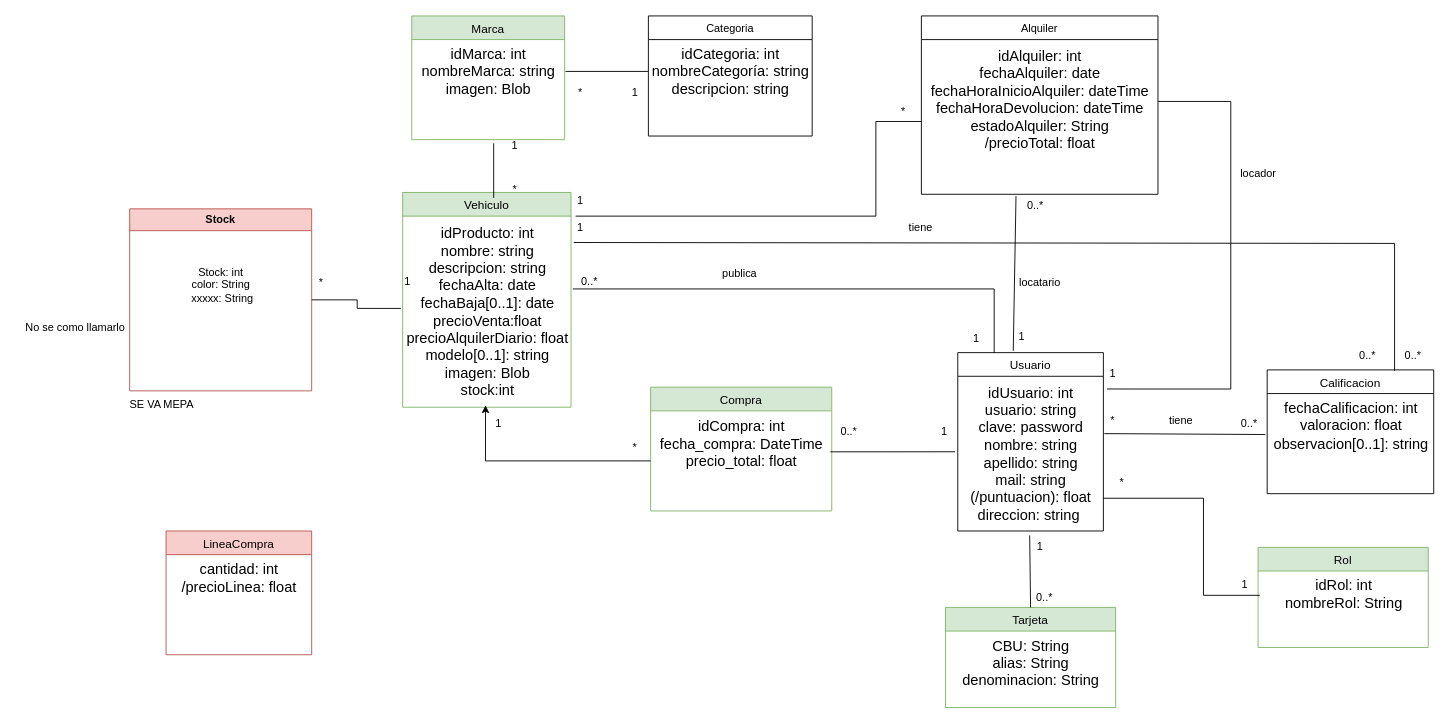
Above: _docs/diagramaClasesGit.drawio in BorsatoMilton/CarGarage (draw.io), before the change. Source tidied: cells renumbered, new cells numbered last; positions are measured from the earlier drawing's top-left corner, leaving out a move shared by most shapes. Both pictures are drawn from the tidied source at 91%, with x=0, y=0 at pixel (15, 15).
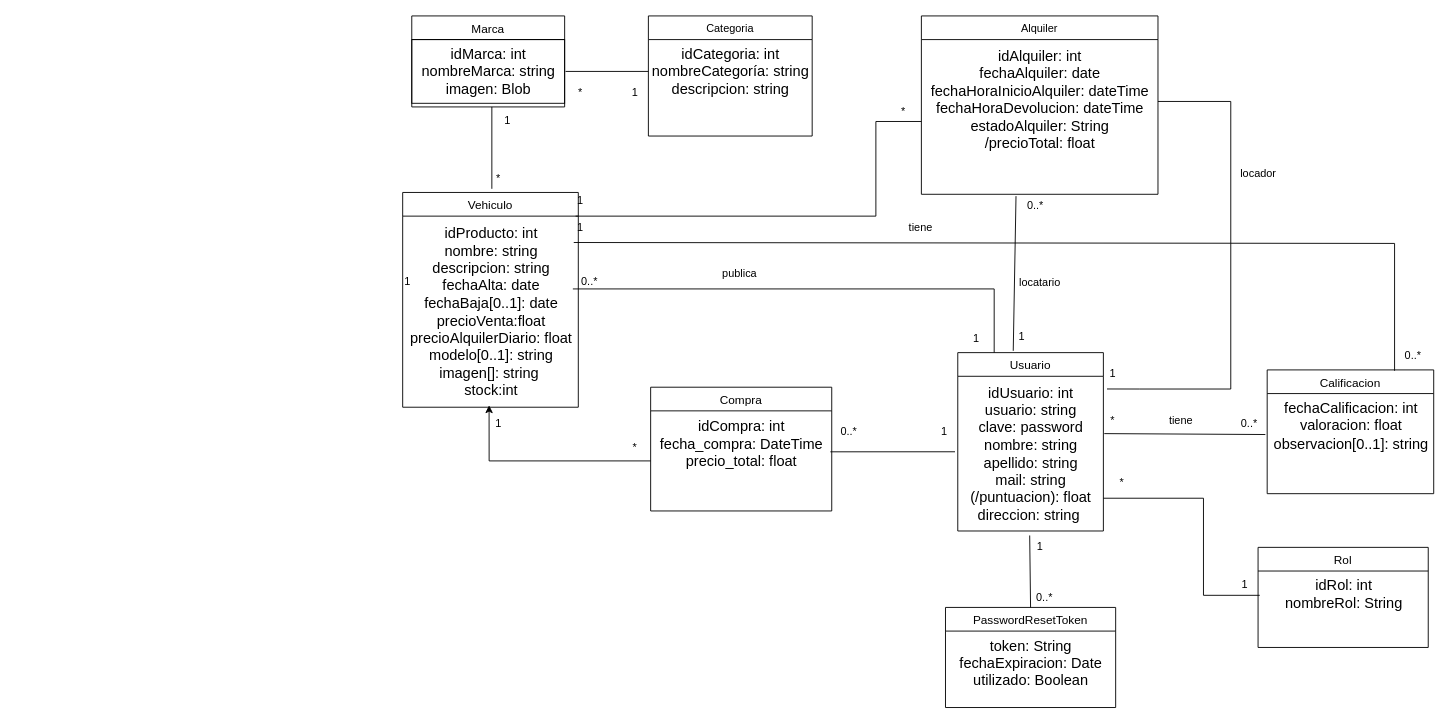
The same diagram, later.

What changed in the source:
```diff
@@
-    <mxCell id="6" value="Vehiculo" style="swimlane;fontStyle=0;align=center;verticalAlign=top;horizontal=1;startSize=26;rounded=0;shadow=0;strokeWidth=1;fontSize=13;fillColor=#d5e8d4;strokeColor=#82b366;" parent="1" vertex="1">
-      <mxGeometry x="425" y="194" width="185" height="236" as="geometry" />
+    <mxCell id="6" value="Vehiculo" style="swimlane;fontStyle=0;align=center;verticalAlign=top;horizontal=1;startSize=26;rounded=0;shadow=0;strokeWidth=1;fontSize=13;fillColor=#FFFFFF;strokeColor=#000000;" parent="1" vertex="1">
+      <mxGeometry x="425" y="194" width="193" height="236" as="geometry" />
     </mxCell>
-    <mxCell id="7" value="&lt;div&gt;idProducto: int&lt;/div&gt;nombre: string&lt;div&gt;descripcion: string&lt;/div&gt;&lt;div&gt;fechaAlta: date&lt;/div&gt;&lt;div&gt;fechaBaja[0..1]: date&lt;/div&gt;&lt;div&gt;precioVenta:float&lt;/div&gt;&lt;div&gt;precioAlquilerDiario: float&lt;/div&gt;&lt;div&gt;modelo[0..1]: string&lt;/div&gt;&lt;div&gt;imagen: Blob&lt;/div&gt;&lt;div&gt;stock:int&lt;/div&gt;" style="text;html=1;align=center;verticalAlign=middle;points=[];strokeColor=none;fillColor=none;fontSize=16;" parent="6" vertex="1">
-      <mxGeometry y="26" width="185" height="210" as="geometry" />
+    <mxCell id="7" value="&lt;div&gt;idProducto: int&lt;/div&gt;nombre: string&lt;div&gt;descripcion: string&lt;/div&gt;&lt;div&gt;fechaAlta: date&lt;/div&gt;&lt;div&gt;fechaBaja[0..1]: date&lt;/div&gt;&lt;div&gt;precioVenta:float&lt;/div&gt;&lt;div&gt;precioAlquilerDiario: float&lt;/div&gt;&lt;div&gt;modelo[0..1]: string&lt;/div&gt;&lt;div&gt;imagen[]: string&amp;nbsp;&lt;/div&gt;&lt;div&gt;stock:int&lt;/div&gt;" style="text;html=1;align=center;verticalAlign=middle;points=[];strokeColor=none;fillColor=none;fontSize=16;" parent="6" vertex="1">
+      <mxGeometry y="26" width="193" height="210" as="geometry" />
     </mxCell>
-    <mxCell id="8" value="Marca" style="swimlane;fontStyle=0;align=center;verticalAlign=top;horizontal=1;startSize=26;rounded=0;shadow=0;strokeWidth=1;fontSize=13;fillColor=#d5e8d4;strokeColor=#82b366;" parent="1" vertex="1">
-      <mxGeometry x="435" width="168" height="136" as="geometry" />
+    <mxCell id="8" value="Marca" style="swimlane;fontStyle=0;align=center;verticalAlign=top;horizontal=1;startSize=26;rounded=0;shadow=0;strokeWidth=1;fontSize=13;fillColor=#FFFFFF;strokeColor=#000000;" parent="1" vertex="1">
+      <mxGeometry x="435" width="168" height="100" as="geometry" />
     </mxCell>
-    <mxCell id="9" value="&lt;div&gt;idMarca: int&lt;/div&gt;nombreMarca: string&lt;div&gt;imagen: Blob&lt;/div&gt;" style="text;html=1;align=center;verticalAlign=middle;points=[];strokeColor=none;fillColor=none;fontSize=16;" parent="8" vertex="1">
+    <mxCell id="9" value="&lt;div&gt;idMarca: int&lt;/div&gt;nombreMarca: string&lt;div&gt;imagen: Blob&lt;/div&gt;" style="text;html=1;align=center;verticalAlign=middle;points=[];strokeColor=#000000;fillColor=none;fontSize=16;" parent="8" vertex="1">
       <mxGeometry y="26" width="168" height="70" as="geometry" />
     </mxCell>
@@
-    <mxCell id="16" value="0..*" style="text;html=1;align=center;verticalAlign=middle;strokeColor=none;fillColor=none;" parent="1" vertex="1">
-      <mxGeometry x="1465" y="358" width="40" height="30" as="geometry" />
-    </mxCell>
-    <mxCell id="17" value="Compra" style="swimlane;fontStyle=0;align=center;verticalAlign=top;horizontal=1;startSize=26;rounded=0;shadow=0;strokeWidth=1;fontSize=13;fillColor=#d5e8d4;strokeColor=#82b366;" parent="1" vertex="1">
+    <mxCell id="17" value="Compra" style="swimlane;fontStyle=0;align=center;verticalAlign=top;horizontal=1;startSize=26;rounded=0;shadow=0;strokeWidth=1;fontSize=13;fillColor=#FFFFFF;strokeColor=#000000;" parent="1" vertex="1">
       <mxGeometry x="697.5" y="408" width="199" height="136" as="geometry" />
     </mxCell>
@@
-    <mxCell id="22" value="LineaCompra" style="swimlane;fontStyle=0;align=center;verticalAlign=top;horizontal=1;startSize=26;rounded=0;shadow=0;strokeWidth=1;fontSize=13;fillColor=#f8cecc;strokeColor=#b85450;" parent="1" vertex="1">
-      <mxGeometry x="165" y="566" width="160" height="136" as="geometry" />
-    </mxCell>
-    <mxCell id="23" value="cantidad: int&lt;div&gt;/precioLinea: float&lt;br&gt;&lt;div&gt;&lt;br&gt;&lt;/div&gt;&lt;/div&gt;" style="text;html=1;align=center;verticalAlign=middle;strokeColor=none;fillColor=none;fontSize=16;" parent="22" vertex="1">
-      <mxGeometry y="26" width="160" height="70" as="geometry" />
-    </mxCell>
     <mxCell id="24" style="endArrow=none;html=1;rounded=0;" parent="1" edge="1">
       <mxGeometry relative="1" as="geometry">
-        <mxPoint x="525" y="200" as="sourcePoint" />
-        <mxPoint x="525" y="140" as="targetPoint" />
+        <mxPoint x="523" y="190" as="sourcePoint" />
+        <mxPoint x="523" y="100" as="targetPoint" />
       </mxGeometry>
     </mxCell>
     <mxCell id="25" value="*" style="text;html=1;align=center;verticalAlign=middle;strokeColor=none;fillColor=none;" parent="1" vertex="1">
-      <mxGeometry x="533" y="176" width="30" height="30" as="geometry" />
+      <mxGeometry x="515" y="164" width="30" height="30" as="geometry" />
     </mxCell>
     <mxCell id="26" value="1" style="text;html=1;align=center;verticalAlign=middle;strokeColor=none;fillColor=none;" parent="1" vertex="1">
-      <mxGeometry x="533" y="128" width="30" height="30" as="geometry" />
+      <mxGeometry x="525" y="100" width="30" height="30" as="geometry" />
     </mxCell>
@@
-    <mxCell id="47" value="Tarjeta" style="swimlane;fontStyle=0;align=center;verticalAlign=top;horizontal=1;startSize=26;rounded=0;shadow=0;strokeWidth=1;fontSize=13;fillColor=#d5e8d4;strokeColor=#82b366;" parent="1" vertex="1">
+    <mxCell id="47" value="PasswordResetToken" style="swimlane;fontStyle=0;align=center;verticalAlign=top;horizontal=1;startSize=26;rounded=0;shadow=0;strokeWidth=1;fontSize=13;fillColor=#FFFFFF;strokeColor=#000000;" parent="1" vertex="1">
       <mxGeometry x="1021.5" y="650" width="187" height="110" as="geometry" />
     </mxCell>
-    <mxCell id="48" value="CBU: String&lt;div&gt;alias: String&lt;/div&gt;&lt;div&gt;denominacion: String&lt;/div&gt;" style="text;html=1;align=center;verticalAlign=middle;fontSize=16;" parent="47" vertex="1">
+    <mxCell id="48" value="token: String&lt;div&gt;fechaExpiracion: Date&lt;/div&gt;&lt;div&gt;utilizado: Boolean&lt;/div&gt;" style="text;html=1;align=center;verticalAlign=middle;fontSize=16;" parent="47" vertex="1">
       <mxGeometry y="26" width="187" height="70" as="geometry" />
     </mxCell>
@@
-    <mxCell id="52" value="Rol" style="swimlane;fontStyle=0;align=center;verticalAlign=top;horizontal=1;startSize=26;rounded=0;shadow=0;strokeWidth=1;fontSize=13;fillColor=#d5e8d4;strokeColor=#82b366;" parent="1" vertex="1">
+    <mxCell id="52" value="Rol" style="swimlane;fontStyle=0;align=center;verticalAlign=top;horizontal=1;startSize=26;rounded=0;shadow=0;strokeWidth=1;fontSize=13;fillColor=#FFFFFF;strokeColor=#000000;" parent="1" vertex="1">
       <mxGeometry x="1365" y="584" width="187" height="110" as="geometry" />
     </mxCell>
@@
-    <mxCell id="55" value="Stock" style="swimlane;whiteSpace=wrap;html=1;startSize=24;fillColor=#f8cecc;strokeColor=#b85450;" parent="1" vertex="1">
-      <mxGeometry x="125" y="212" width="200" height="200" as="geometry" />
-    </mxCell>
-    <mxCell id="56" value="Stock: int&lt;div&gt;color: String&lt;/div&gt;&lt;div&gt;&amp;nbsp;xxxxx: String&lt;/div&gt;&lt;div&gt;&lt;br&gt;&lt;/div&gt;" style="text;html=1;align=center;verticalAlign=middle;strokeColor=none;fillColor=none;" parent="55" vertex="1">
-      <mxGeometry x="55" y="56" width="90" height="70" as="geometry" />
-    </mxCell>
-    <mxCell id="57" style="edgeStyle=orthogonalEdgeStyle;rounded=0;jettySize=auto;html=1;entryX=-0.011;entryY=0.483;entryDx=0;entryDy=0;entryPerimeter=0;endArrow=none;endFill=0;" parent="1" edge="1" source="55" target="7">
-      <mxGeometry relative="1" as="geometry" />
-    </mxCell>
-    <mxCell id="58" value="No se como llamarlo" style="text;html=1;align=center;verticalAlign=middle;strokeColor=none;fillColor=none;" parent="1" vertex="1">
-      <mxGeometry y="328" width="130" height="30" as="geometry" />
-    </mxCell>
@@
-    <mxCell id="61" value="*" style="text;html=1;align=center;verticalAlign=middle;strokeColor=none;fillColor=none;" parent="1" vertex="1">
-      <mxGeometry x="320" y="278" width="30" height="30" as="geometry" />
-    </mxCell>
@@
-    <mxCell id="64" value="SE VA MEPA" style="text;html=1;align=center;verticalAlign=middle;strokeColor=none;fillColor=none;" parent="1" vertex="1">
-      <mxGeometry x="115" y="412" width="90" height="30" as="geometry" />
-    </mxCell>
```
